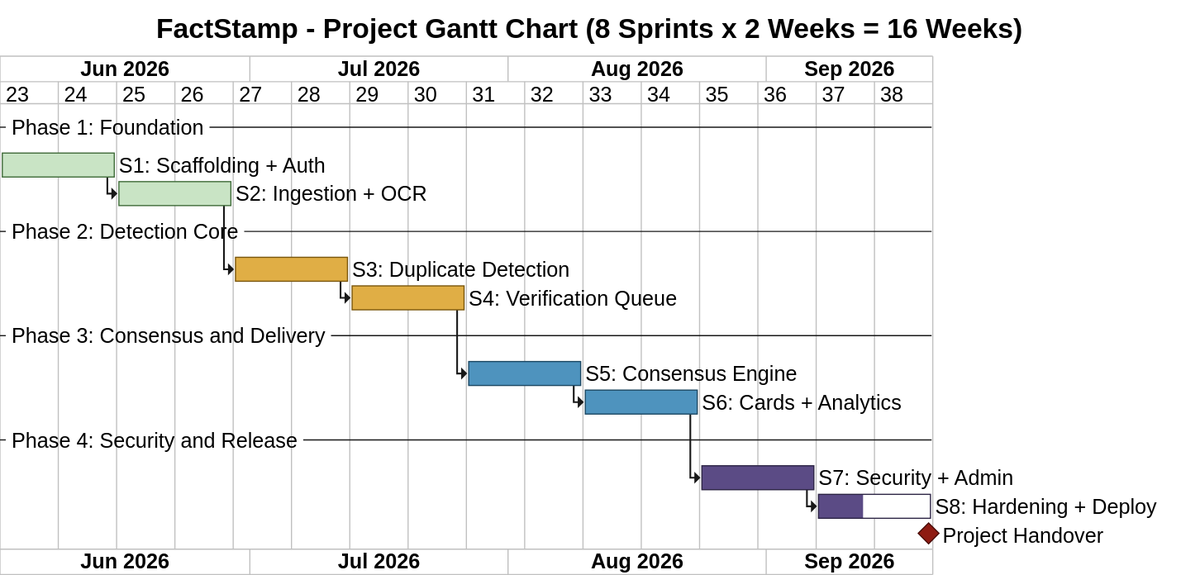
Above: FactStamp/black_book_draft/03_Requirements_and_Analysis/attachments/gantt_chart.svg in aadish0day/typst (PlantUML), before the change. Source of this version:
```plantuml
@startgantt

skinparam defaultFontName "Liberation Sans"
skinparam defaultFontSize 18
skinparam defaultFontStyle bold
skinparam titleFontSize 24
skinparam titleFontStyle bold
skinparam taskBorderThickness 2

title FactStamp - Project Gantt Chart (8 Sprints x 2 Weeks = 16 Weeks)

printscale weekly
Project starts 2026-06-01

-- Phase 1: Foundation --

[S1: Scaffolding + Auth] lasts 14 days
[S1: Scaffolding + Auth] is 100% complete
[S1: Scaffolding + Auth] is colored in #C9E4C5/#3F6B39

[S2: Ingestion + OCR] lasts 14 days
[S2: Ingestion + OCR] starts at [S1: Scaffolding + Auth]'s end
[S2: Ingestion + OCR] is 100% complete
[S2: Ingestion + OCR] is colored in #C9E4C5/#3F6B39

-- Phase 2: Detection Core --

[S3: Duplicate Detection] lasts 14 days
[S3: Duplicate Detection] starts at [S2: Ingestion + OCR]'s end
[S3: Duplicate Detection] is 100% complete
[S3: Duplicate Detection] is colored in #E0AE45/#7A560C

[S4: Verification Queue] lasts 14 days
[S4: Verification Queue] starts at [S3: Duplicate Detection]'s end
[S4: Verification Queue] is 100% complete
[S4: Verification Queue] is colored in #E0AE45/#7A560C

-- Phase 3: Consensus and Delivery --

[S5: Consensus Engine] lasts 14 days
[S5: Consensus Engine] starts at [S4: Verification Queue]'s end
[S5: Consensus Engine] is 100% complete
[S5: Consensus Engine] is colored in #4E93BE/#1B4762

[S6: Cards + Analytics] lasts 14 days
[S6: Cards + Analytics] starts at [S5: Consensus Engine]'s end
[S6: Cards + Analytics] is 100% complete
[S6: Cards + Analytics] is colored in #4E93BE/#1B4762

-- Phase 4: Security and Release --

[S7: Security + Admin] lasts 14 days
[S7: Security + Admin] starts at [S6: Cards + Analytics]'s end
[S7: Security + Admin] is 100% complete
[S7: Security + Admin] is colored in #5B4B85/#2C2444

[S8: Hardening + Deploy] lasts 14 days
[S8: Hardening + Deploy] starts at [S7: Security + Admin]'s end
[S8: Hardening + Deploy] is 40% complete
[S8: Hardening + Deploy] is colored in #5B4B85/#2C2444

[Project Handover] happens at [S8: Hardening + Deploy]'s end
[Project Handover] is colored in #8E1B12/#4A0D08

@endgantt
```
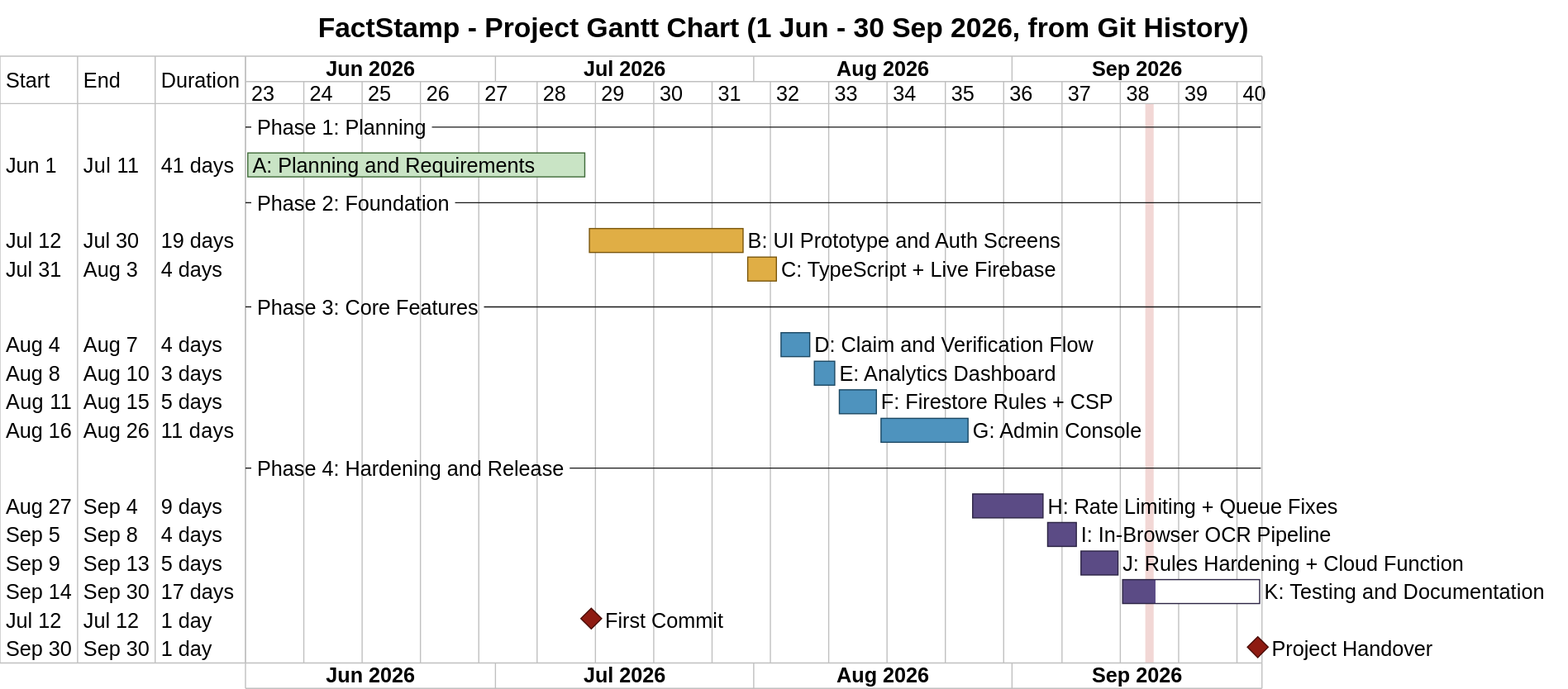
After the change.

Diff of the diagram source:
```diff
@@ -7,59 +7,67 @@
 skinparam titleFontStyle bold
 skinparam taskBorderThickness 2
 
-title FactStamp - Project Gantt Chart (8 Sprints x 2 Weeks = 16 Weeks)
+title FactStamp - Project Gantt Chart (1 Jun - 30 Sep 2026, from Git History)
 
 printscale weekly
 Project starts 2026-06-01
 
--- Phase 1: Foundation --
+-- Phase 1: Planning --
 
-[S1: Scaffolding + Auth] lasts 14 days
-[S1: Scaffolding + Auth] is 100% complete
-[S1: Scaffolding + Auth] is colored in #C9E4C5/#3F6B39
+[A: Planning and Requirements] starts 2026-06-01 and ends 2026-07-11
+[A: Planning and Requirements] is 100% complete
+[A: Planning and Requirements] is colored in #C9E4C5/#3F6B39
 
-[S2: Ingestion + OCR] lasts 14 days
-[S2: Ingestion + OCR] starts at [S1: Scaffolding + Auth]'s end
-[S2: Ingestion + OCR] is 100% complete
-[S2: Ingestion + OCR] is colored in #C9E4C5/#3F6B39
+-- Phase 2: Foundation --
 
--- Phase 2: Detection Core --
+[B: UI Prototype and Auth Screens] starts 2026-07-12 and ends 2026-07-30
+[B: UI Prototype and Auth Screens] is 100% complete
+[B: UI Prototype and Auth Screens] is colored in #E0AE45/#7A560C
 
-[S3: Duplicate Detection] lasts 14 days
-[S3: Duplicate Detection] starts at [S2: Ingestion + OCR]'s end
-[S3: Duplicate Detection] is 100% complete
-[S3: Duplicate Detection] is colored in #E0AE45/#7A560C
+[C: TypeScript + Live Firebase] starts 2026-07-31 and ends 2026-08-03
+[C: TypeScript + Live Firebase] is 100% complete
+[C: TypeScript + Live Firebase] is colored in #E0AE45/#7A560C
 
-[S4: Verification Queue] lasts 14 days
-[S4: Verification Queue] starts at [S3: Duplicate Detection]'s end
-[S4: Verification Queue] is 100% complete
-[S4: Verification Queue] is colored in #E0AE45/#7A560C
+-- Phase 3: Core Features --
 
--- Phase 3: Consensus and Delivery --
+[D: Claim and Verification Flow] starts 2026-08-04 and ends 2026-08-07
+[D: Claim and Verification Flow] is 100% complete
+[D: Claim and Verification Flow] is colored in #4E93BE/#1B4762
 
-[S5: Consensus Engine] lasts 14 days
-[S5: Consensus Engine] starts at [S4: Verification Queue]'s end
-[S5: Consensus Engine] is 100% complete
-[S5: Consensus Engine] is colored in #4E93BE/#1B4762
+[E: Analytics Dashboard] starts 2026-08-08 and ends 2026-08-10
+[E: Analytics Dashboard] is 100% complete
+[E: Analytics Dashboard] is colored in #4E93BE/#1B4762
 
-[S6: Cards + Analytics] lasts 14 days
-[S6: Cards + Analytics] starts at [S5: Consensus Engine]'s end
-[S6: Cards + Analytics] is 100% complete
-[S6: Cards + Analytics] is colored in #4E93BE/#1B4762
+[F: Firestore Rules + CSP] starts 2026-08-11 and ends 2026-08-15
+[F: Firestore Rules + CSP] is 100% complete
+[F: Firestore Rules + CSP] is colored in #4E93BE/#1B4762
 
--- Phase 4: Security and Release --
+[G: Admin Console] starts 2026-08-16 and ends 2026-08-26
+[G: Admin Console] is 100% complete
+[G: Admin Console] is colored in #4E93BE/#1B4762
 
-[S7: Security + Admin] lasts 14 days
-[S7: Security + Admin] starts at [S6: Cards + Analytics]'s end
-[S7: Security + Admin] is 100% complete
-[S7: Security + Admin] is colored in #5B4B85/#2C2444
+-- Phase 4: Hardening and Release --
 
-[S8: Hardening + Deploy] lasts 14 days
-[S8: Hardening + Deploy] starts at [S7: Security + Admin]'s end
-[S8: Hardening + Deploy] is 40% complete
-[S8: Hardening + Deploy] is colored in #5B4B85/#2C2444
+[H: Rate Limiting + Queue Fixes] starts 2026-08-27 and ends 2026-09-04
+[H: Rate Limiting + Queue Fixes] is 100% complete
+[H: Rate Limiting + Queue Fixes] is colored in #5B4B85/#2C2444
 
-[Project Handover] happens at [S8: Hardening + Deploy]'s end
+[I: In-Browser OCR Pipeline] starts 2026-09-05 and ends 2026-09-08
+[I: In-Browser OCR Pipeline] is 100% complete
+[I: In-Browser OCR Pipeline] is colored in #5B4B85/#2C2444
+
+[J: Rules Hardening + Cloud Function] starts 2026-09-09 and ends 2026-09-13
+[J: Rules Hardening + Cloud Function] is 100% complete
+[J: Rules Hardening + Cloud Function] is colored in #5B4B85/#2C2444
+
+[K: Testing and Documentation] starts 2026-09-14 and ends 2026-09-30
+[K: Testing and Documentation] is 24% complete
+[K: Testing and Documentation] is colored in #5B4B85/#2C2444
+
+[First Commit] happens 2026-07-12
+[First Commit] is colored in #8E1B12/#4A0D08
+[Project Handover] happens 2026-09-30
 [Project Handover] is colored in #8E1B12/#4A0D08
+Today is 2026-09-17 and is colored in #F2D7D5
 
 @endgantt
```
